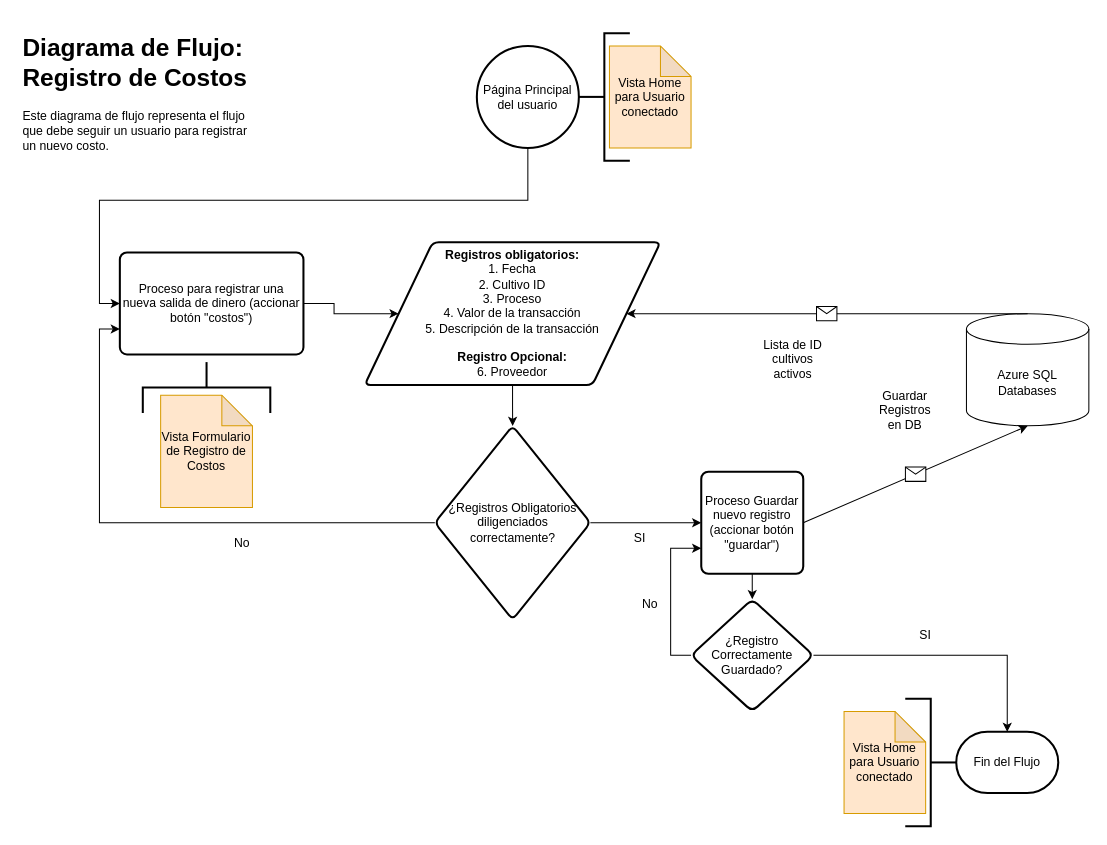
The draw.io diagram page "Cost Records" (3 of 5) of flowchart.drawio in Waldemar77/PapAppCost_FlowChart, before the edit. Source tidied: cells renumbered, new cells numbered last; positions are measured from the earlier drawing's top-left corner, leaving out a move shared by most shapes. Both pictures are drawn from the tidied source at 102%, with x=0, y=0 at pixel (17, 28).
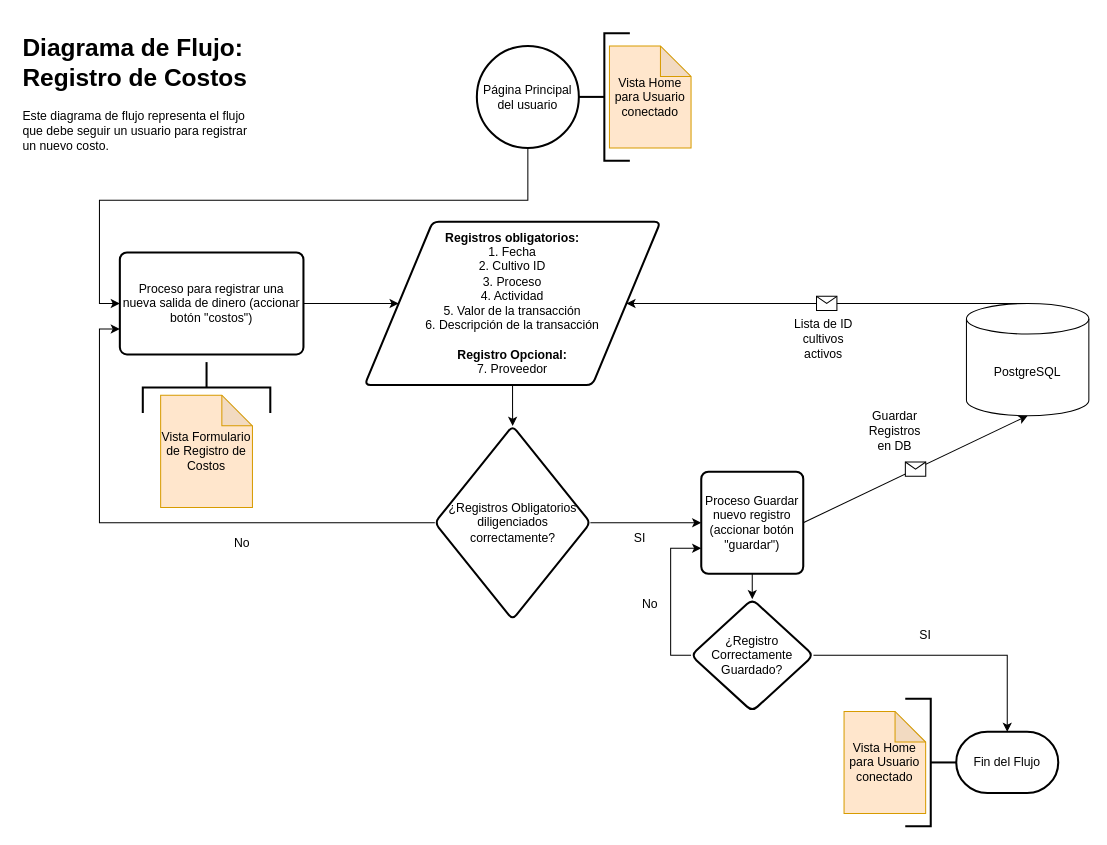
After the change.

What changed in the source:
```diff
@@
-    <mxCell id="12" value="&lt;b&gt;Registros obligatorios:&lt;/b&gt;&lt;br&gt;1. Fecha&lt;br&gt;2. Cultivo ID&lt;br&gt;3. Proceso&lt;br&gt;4. Valor de la transacción&lt;br&gt;5. Descripción de la transacción&lt;br&gt;&lt;br&gt;&lt;b&gt;Registro Opcional:&lt;/b&gt;&lt;br&gt;6. Proveedor" style="shape=parallelogram;html=1;strokeWidth=2;perimeter=parallelogramPerimeter;whiteSpace=wrap;rounded=1;arcSize=12;size=0.23;" parent="1" vertex="1">
-      <mxGeometry x="340" y="210" width="290" height="140" as="geometry" />
+    <mxCell id="12" value="&lt;b&gt;Registros obligatorios:&lt;/b&gt;&lt;br&gt;1. Fecha&lt;br&gt;2. Cultivo ID&lt;br&gt;3. Proceso&lt;br&gt;4. Actividad&lt;br&gt;5. Valor de la transacción&lt;br&gt;6. Descripción de la transacción&lt;br&gt;&lt;br&gt;&lt;b&gt;Registro Opcional:&lt;/b&gt;&lt;br&gt;7. Proveedor" style="shape=parallelogram;html=1;strokeWidth=2;perimeter=parallelogramPerimeter;whiteSpace=wrap;rounded=1;arcSize=12;size=0.23;" parent="1" vertex="1">
+      <mxGeometry x="340" y="190" width="290" height="160" as="geometry" />
     </mxCell>
@@
-    <mxCell id="18" value="Azure SQL Databases" style="shape=cylinder3;whiteSpace=wrap;html=1;boundedLbl=1;backgroundOutline=1;size=15;" parent="1" vertex="1">
-      <mxGeometry x="930" y="280" width="120" height="110" as="geometry" />
+    <mxCell id="18" value="PostgreSQL" style="shape=cylinder3;whiteSpace=wrap;html=1;boundedLbl=1;backgroundOutline=1;size=15;" parent="1" vertex="1">
+      <mxGeometry x="930" y="270" width="120" height="110" as="geometry" />
     </mxCell>
@@
     <mxCell id="20" value="Lista de ID cultivos activos" style="text;html=1;strokeColor=none;fillColor=none;align=center;verticalAlign=middle;whiteSpace=wrap;rounded=0;" parent="1" vertex="1">
-      <mxGeometry x="730" y="310" width="60" height="30" as="geometry" />
+      <mxGeometry x="760" y="290" width="60" height="30" as="geometry" />
     </mxCell>
@@
     <mxCell id="30" value="Guardar Registros en DB" style="text;html=1;strokeColor=none;fillColor=none;align=center;verticalAlign=middle;whiteSpace=wrap;rounded=0;" parent="1" vertex="1">
-      <mxGeometry x="840" y="360" width="60" height="30" as="geometry" />
+      <mxGeometry x="830" y="380" width="60" height="30" as="geometry" />
     </mxCell>
```
